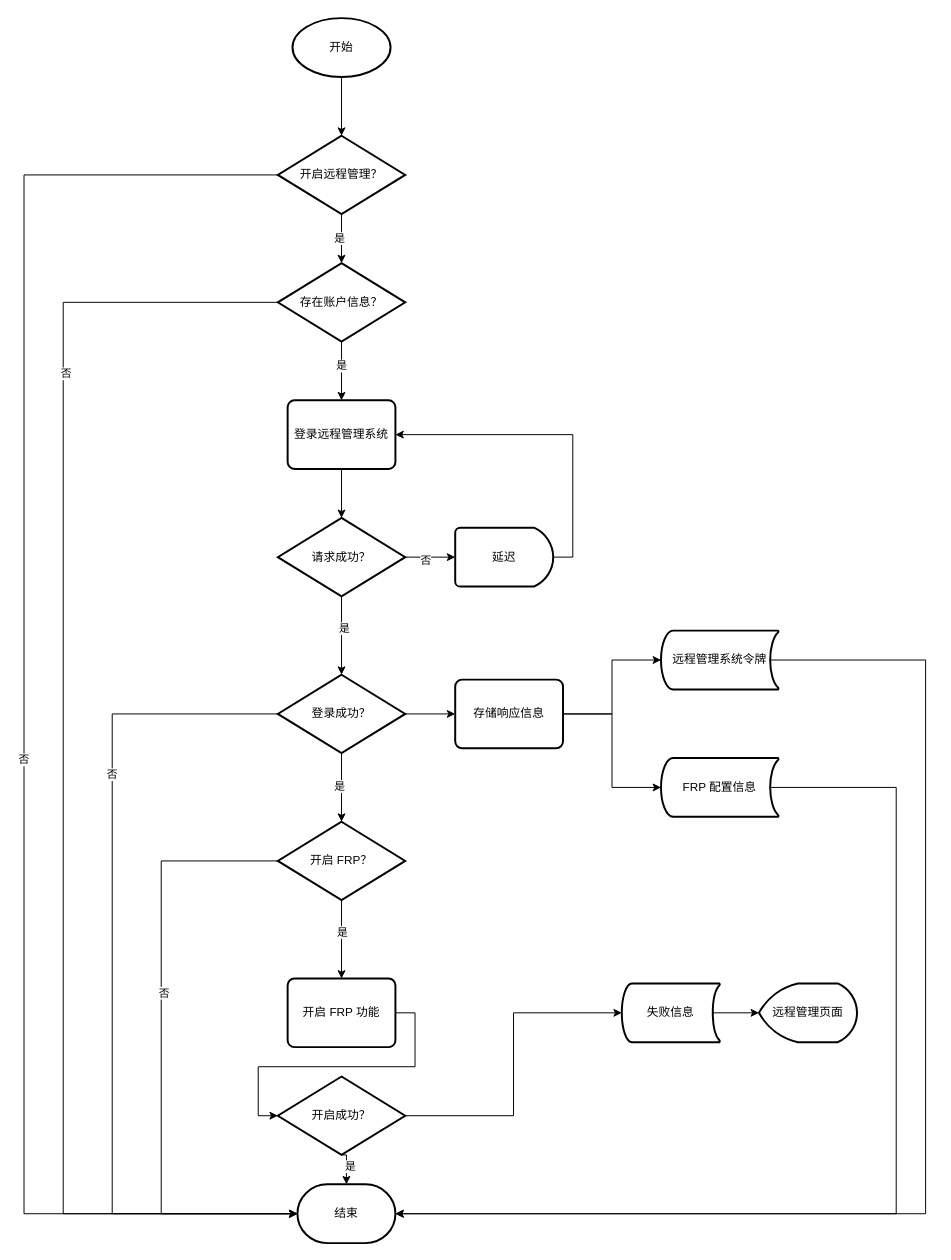
Before: 网关登录远程管理平台流程图.drawio in zhu91aizhu/drawio, a draw.io diagram. Source tidied: cells renumbered, new cells numbered last; positions are measured from the earlier drawing's top-left corner, leaving out a move shared by most shapes. Both pictures are drawn from the tidied source at 98%, with x=0, y=0 at pixel (24, 18).
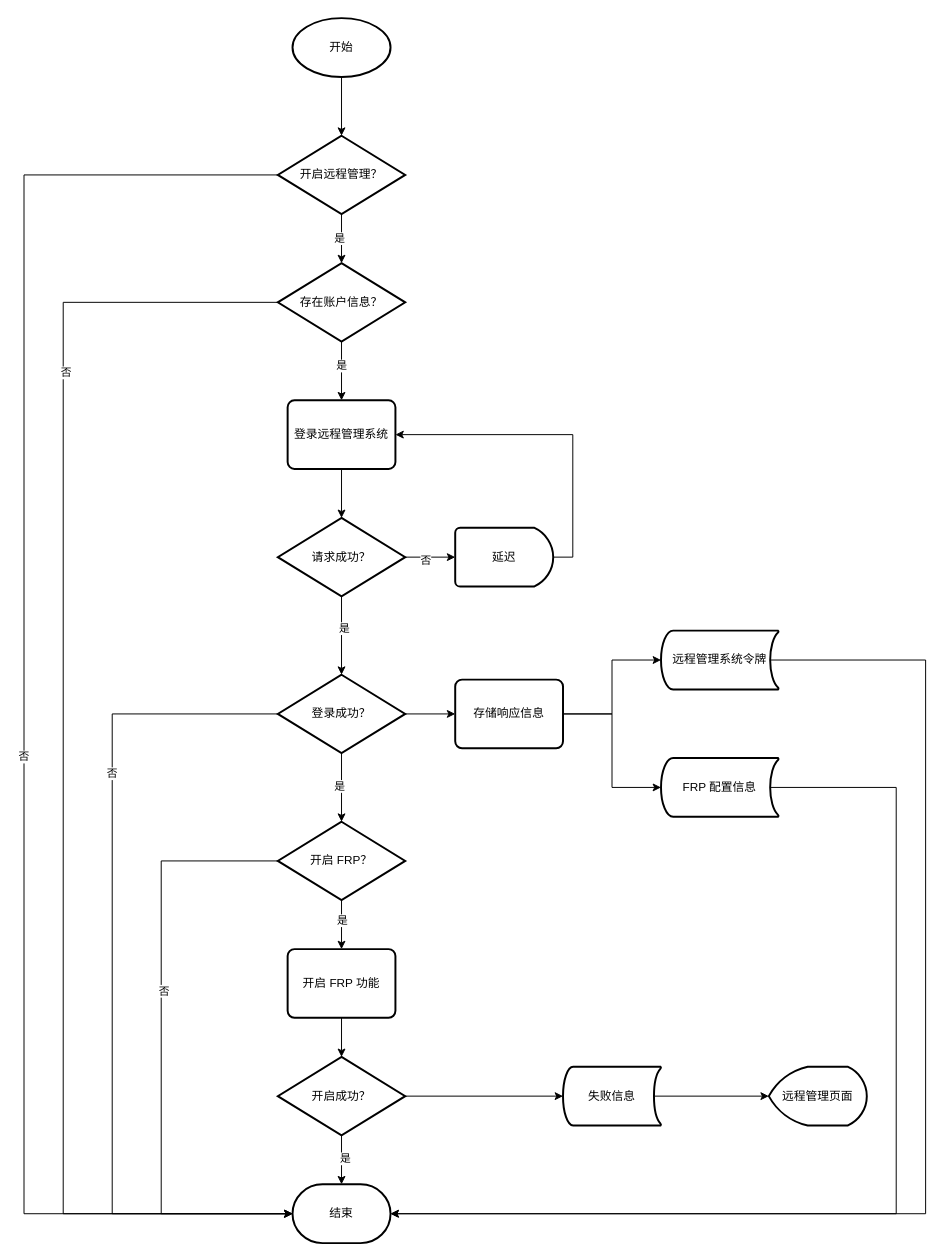
Above is the later version.

Commit message (it also covers changes not shown here):
更新网关登录远程管理平台流程图.drawio

Change to the diagram source:
```diff
@@
     <mxCell id="10" value="结束" style="strokeWidth=2;html=1;shape=mxgraph.flowchart.terminator;whiteSpace=wrap;" parent="1" vertex="1">
-      <mxGeometry x="279" y="1190" width="100" height="60" as="geometry" />
+      <mxGeometry x="274" y="1190" width="100" height="60" as="geometry" />
     </mxCell>
@@
-    <mxCell id="33" style="edgeStyle=orthogonalEdgeStyle;rounded=0;jettySize=auto;html=1;exitX=1;exitY=0.5;exitDx=0;exitDy=0;entryX=0;entryY=0.5;entryDx=0;entryDy=0;" parent="1" edge="1" source="34" target="44">
+    <mxCell id="33" style="edgeStyle=orthogonalEdgeStyle;rounded=0;jettySize=auto;html=1;exitX=0.5;exitY=1;exitDx=0;exitDy=0;entryX=0.5;entryY=0;entryDx=0;entryDy=0;" parent="1" edge="1" source="34" target="44">
       <mxGeometry relative="1" as="geometry" />
     </mxCell>
     <mxCell id="34" value="开启 FRP 功能" style="rounded=1;whiteSpace=wrap;html=1;absoluteArcSize=1;arcSize=14;strokeWidth=2;" parent="1" vertex="1">
-      <mxGeometry x="269" y="980" width="110" height="70" as="geometry" />
+      <mxGeometry x="269" y="950" width="110" height="70" as="geometry" />
     </mxCell>
@@
     <mxCell id="44" value="开启成功？" style="rhombus;whiteSpace=wrap;html=1;strokeWidth=2;" parent="1" vertex="1">
-      <mxGeometry x="259" y="1080" width="130" height="80" as="geometry" />
+      <mxGeometry x="259" y="1060" width="130" height="80" as="geometry" />
     </mxCell>
@@
     <mxCell id="47" value="失败信息" style="strokeWidth=2;html=1;shape=mxgraph.flowchart.stored_data;whiteSpace=wrap;" parent="1" vertex="1">
-      <mxGeometry x="610" y="985" width="100" height="60" as="geometry" />
+      <mxGeometry x="550" y="1070" width="100" height="60" as="geometry" />
     </mxCell>
@@
     <mxCell id="49" value="远程管理页面" style="strokeWidth=2;html=1;shape=mxgraph.flowchart.display;whiteSpace=wrap;" parent="1" vertex="1">
-      <mxGeometry x="750" y="985" width="100" height="60" as="geometry" />
+      <mxGeometry x="760" y="1070" width="100" height="60" as="geometry" />
     </mxCell>
```
